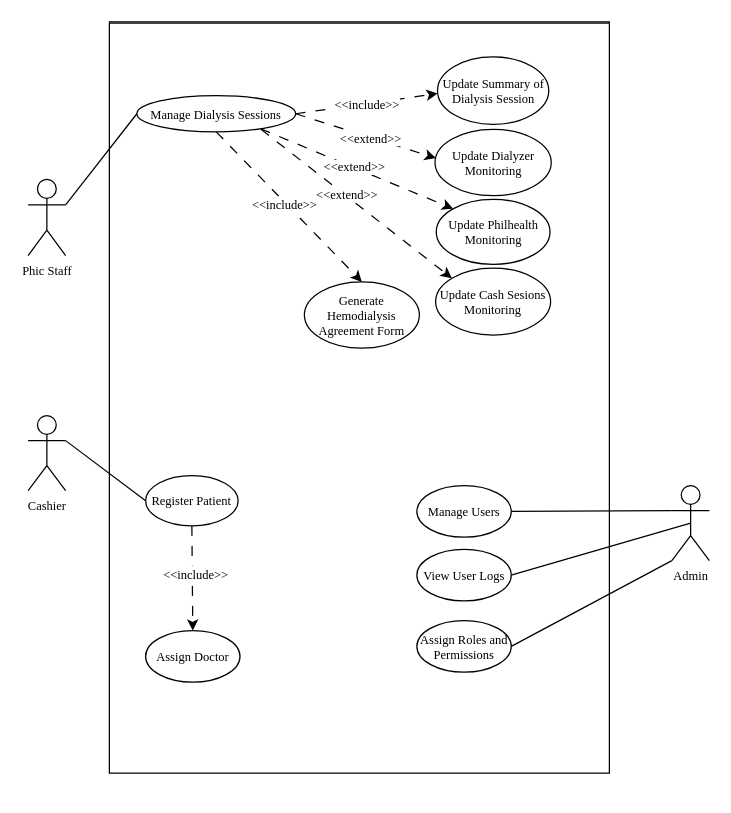
The draw.io diagram useCaseDiagram.drawio in ferry-domingo/diagramDialySave, before the edit. Source tidied: cells renumbered, new cells numbered last; positions are measured from the earlier drawing's top-left corner, leaving out a move shared by most shapes. Both pictures are drawn from the tidied source at 125%, with x=0, y=0 at pixel (28, 21).
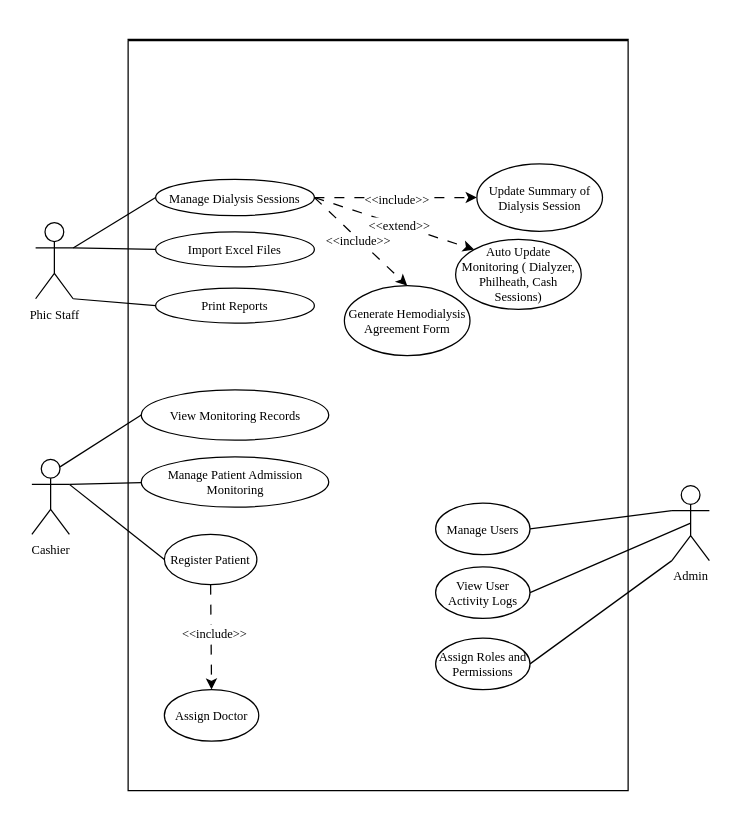
The same diagram, later.

What changed in the source:
```diff
@@
     <mxCell id="2" style="swimlane;startSize=1;" parent="1" vertex="1">
-      <mxGeometry x="65" width="400" height="601" as="geometry" />
+      <mxGeometry x="80" y="14" width="400" height="601" as="geometry" />
     </mxCell>
-    <mxCell id="3" style="rounded=0;jettySize=auto;html=1;exitX=0.78;exitY=0.917;exitDx=0;exitDy=0;entryX=0;entryY=0;entryDx=0;entryDy=0;dashed=1;dashPattern=8 8;fontFamily=Times New Roman;fontSize=10;exitPerimeter=0;" parent="2" edge="1" source="9" target="13">
-      <mxGeometry relative="1" as="geometry" />
-    </mxCell>
-    <mxCell id="4" value="&lt;font&gt;&amp;lt;&amp;lt;extend&amp;gt;&amp;gt;&lt;/font&gt;" style="edgeLabel;html=1;align=center;verticalAlign=middle;fontFamily=Times New Roman;fontSize=10;" parent="3" vertex="1">
-      <mxGeometry x="0.17" y="-1" relative="1" as="geometry">
-        <mxPoint x="-16" y="-9" as="offset" />
-      </mxGeometry>
-    </mxCell>
-    <mxCell id="5" style="rounded=0;jettySize=auto;html=1;exitX=1;exitY=0.5;exitDx=0;exitDy=0;entryX=0.001;entryY=0.544;entryDx=0;entryDy=0;dashed=1;dashPattern=8 8;fontFamily=Times New Roman;fontSize=10;entryPerimeter=0;" parent="2" edge="1" source="9" target="16">
+    <mxCell id="5" style="rounded=0;jettySize=auto;html=1;exitX=1;exitY=0.5;exitDx=0;exitDy=0;entryX=0;entryY=0.5;entryDx=0;entryDy=0;dashed=1;dashPattern=8 8;fontFamily=Times New Roman;fontSize=10;" parent="2" edge="1" source="9" target="16">
       <mxGeometry relative="1" as="geometry" />
     </mxCell>
@@
-    <mxCell id="7" style="rounded=0;jettySize=auto;html=1;exitX=0.5;exitY=1;exitDx=0;exitDy=0;entryX=0.5;entryY=0;entryDx=0;entryDy=0;dashed=1;dashPattern=8 8;" parent="2" edge="1" source="9" target="23">
+    <mxCell id="7" style="rounded=0;jettySize=auto;html=1;exitX=1;exitY=0.5;exitDx=0;exitDy=0;entryX=0.5;entryY=0;entryDx=0;entryDy=0;dashed=1;dashPattern=8 8;" parent="2" edge="1" source="9" target="23">
       <mxGeometry relative="1" as="geometry" />
     </mxCell>
@@
     <mxCell id="9" value="Manage Dialysis Sessions" style="ellipse;whiteSpace=wrap;html=1;fontFamily=Times New Roman;fontSize=10;" parent="2" vertex="1">
-      <mxGeometry x="22" y="59" width="127" height="29" as="geometry" />
+      <mxGeometry x="22" y="112" width="127" height="29" as="geometry" />
     </mxCell>
@@
     <mxCell id="12" value="Register Patient" style="ellipse;whiteSpace=wrap;html=1;fontFamily=Times New Roman;fontSize=10;" parent="2" vertex="1">
-      <mxGeometry x="29" y="363" width="74" height="40.2" as="geometry" />
+      <mxGeometry x="29" y="396" width="74" height="40.2" as="geometry" />
     </mxCell>
-    <mxCell id="13" value="Update Philhealth Monitoring" style="ellipse;whiteSpace=wrap;html=1;fontFamily=Times New Roman;fontSize=10;" parent="2" vertex="1">
-      <mxGeometry x="261.5" y="142" width="91" height="52" as="geometry" />
-    </mxCell>
-    <mxCell id="14" style="rounded=0;jettySize=auto;html=1;exitX=0.782;exitY=0.931;exitDx=0;exitDy=0;entryX=0;entryY=0;entryDx=0;entryDy=0;dashed=1;dashPattern=8 8;exitPerimeter=0;fontFamily=Times New Roman;fontSize=10;" parent="2" edge="1" source="9" target="17">
-      <mxGeometry relative="1" as="geometry" />
-    </mxCell>
-    <mxCell id="15" value="&lt;font&gt;&amp;lt;&amp;lt;extend&amp;gt;&amp;gt;&lt;/font&gt;" style="edgeLabel;html=1;align=center;verticalAlign=middle;fontFamily=Times New Roman;fontSize=10;" parent="14" vertex="1">
-      <mxGeometry y="1" relative="1" as="geometry">
-        <mxPoint x="-9" y="-7" as="offset" />
-      </mxGeometry>
-    </mxCell>
-    <mxCell id="16" value="Update Summary of Dialysis Session" style="ellipse;whiteSpace=wrap;html=1;fontFamily=Times New Roman;fontSize=10;" parent="2" vertex="1">
-      <mxGeometry x="262.5" y="28" width="89" height="54" as="geometry" />
-    </mxCell>
-    <mxCell id="17" value="Update Cash Sesions Monitoring" style="ellipse;whiteSpace=wrap;html=1;fontFamily=Times New Roman;fontSize=10;" parent="2" vertex="1">
-      <mxGeometry x="261" y="197" width="92" height="53.5" as="geometry" />
-    </mxCell>
-    <mxCell id="18" value="Update Dialyzer Monitoring" style="ellipse;whiteSpace=wrap;html=1;fontFamily=Times New Roman;fontSize=10;" parent="2" vertex="1">
-      <mxGeometry x="260.5" y="86" width="93" height="53" as="geometry" />
+    <mxCell id="18" value="Auto Update Monitoring ( Dialyzer, Philheath, Cash Sessions)" style="ellipse;whiteSpace=wrap;html=1;fontFamily=Times New Roman;fontSize=10;" parent="2" vertex="1">
+      <mxGeometry x="262" y="160" width="100.5" height="56" as="geometry" />
     </mxCell>
-    <mxCell id="19" style="rounded=0;jettySize=auto;html=1;exitX=1;exitY=0.5;exitDx=0;exitDy=0;entryX=0.007;entryY=0.434;entryDx=0;entryDy=0;entryPerimeter=0;dashed=1;dashPattern=8 8;" parent="2" edge="1" source="9" target="18">
+    <mxCell id="19" style="rounded=0;jettySize=auto;html=1;exitX=1;exitY=0.5;exitDx=0;exitDy=0;entryX=0;entryY=0;entryDx=0;entryDy=0;dashed=1;dashPattern=8 8;" parent="2" edge="1" source="9" target="18">
       <mxGeometry relative="1" as="geometry" />
     </mxCell>
@@
     <mxCell id="22" value="Assign Doctor" style="ellipse;whiteSpace=wrap;html=1;fontFamily=Times New Roman;fontSize=10;" parent="2" vertex="1">
-      <mxGeometry x="29" y="487" width="75.5" height="41.2" as="geometry" />
+      <mxGeometry x="29" y="520.2" width="75.5" height="41.2" as="geometry" />
     </mxCell>
     <mxCell id="23" value="Generate Hemodialysis Agreement Form" style="ellipse;whiteSpace=wrap;html=1;fontFamily=Times New Roman;fontSize=10;" parent="2" vertex="1">
-      <mxGeometry x="156" y="208" width="92" height="53" as="geometry" />
+      <mxGeometry x="173" y="197" width="100.5" height="56" as="geometry" />
     </mxCell>
@@
-    <mxCell id="25" value="View User Logs" style="ellipse;whiteSpace=wrap;html=1;fontFamily=Times New Roman;fontSize=10;" parent="2" vertex="1">
+    <mxCell id="25" value="View User Activity Logs" style="ellipse;whiteSpace=wrap;html=1;fontFamily=Times New Roman;fontSize=10;" parent="2" vertex="1">
       <mxGeometry x="246" y="422" width="75.5" height="41.2" as="geometry" />
     </mxCell>
@@
+    <mxCell id="35" value="Import Excel Files" style="ellipse;whiteSpace=wrap;html=1;fontFamily=Times New Roman;fontSize=10;" parent="2" vertex="1">
+      <mxGeometry x="22" y="154" width="127" height="28" as="geometry" />
+    </mxCell>
+    <mxCell id="36" value="Print Reports" style="ellipse;whiteSpace=wrap;html=1;fontFamily=Times New Roman;fontSize=10;" parent="2" vertex="1">
+      <mxGeometry x="22" y="199" width="127" height="28" as="geometry" />
+    </mxCell>
+    <mxCell id="37" value="Manage Patient Admission Monitoring" style="ellipse;whiteSpace=wrap;html=1;fontFamily=Times New Roman;fontSize=10;" parent="2" vertex="1">
+      <mxGeometry x="10.5" y="334" width="150" height="40.2" as="geometry" />
+    </mxCell>
+    <mxCell id="38" value="View Monitoring Records" style="ellipse;whiteSpace=wrap;html=1;fontFamily=Times New Roman;fontSize=10;" parent="2" vertex="1">
+      <mxGeometry x="10.5" y="280.4" width="150" height="40.2" as="geometry" />
+    </mxCell>
+    <mxCell id="16" value="Update Summary of Dialysis Session" style="ellipse;whiteSpace=wrap;html=1;fontFamily=Times New Roman;fontSize=10;" parent="2" vertex="1">
+      <mxGeometry x="279" y="99.5" width="100.5" height="54" as="geometry" />
+    </mxCell>
@@
+    <mxCell id="39" style="rounded=0;jettySize=auto;html=1;exitX=1;exitY=0.3333333333333333;exitDx=0;exitDy=0;exitPerimeter=0;endArrow=none;endFill=0;" parent="1" edge="1" source="33" target="37">
+      <mxGeometry relative="1" as="geometry" />
+    </mxCell>
+    <mxCell id="40" style="rounded=0;jettySize=auto;html=1;exitX=0.75;exitY=0.1;exitDx=0;exitDy=0;exitPerimeter=0;entryX=0;entryY=0.5;entryDx=0;entryDy=0;endArrow=none;endFill=0;" parent="1" edge="1" source="33" target="38">
+      <mxGeometry relative="1" as="geometry" />
+    </mxCell>
     <mxCell id="33" value="Cashier" style="shape=umlActor;verticalLabelPosition=bottom;verticalAlign=top;html=1;outlineConnect=0;fontFamily=Times New Roman;fontSize=10;" parent="1" vertex="1">
-      <mxGeometry y="315" width="30" height="60" as="geometry" />
+      <mxGeometry x="3" y="350" width="30" height="60" as="geometry" />
     </mxCell>
+    <mxCell id="41" style="rounded=0;jettySize=auto;html=1;exitX=1;exitY=0.3333333333333333;exitDx=0;exitDy=0;exitPerimeter=0;entryX=0;entryY=0.5;entryDx=0;entryDy=0;endArrow=none;endFill=0;" parent="1" edge="1" source="34" target="35">
+      <mxGeometry relative="1" as="geometry" />
+    </mxCell>
+    <mxCell id="42" style="rounded=0;jettySize=auto;html=1;exitX=1;exitY=1;exitDx=0;exitDy=0;exitPerimeter=0;entryX=0;entryY=0.5;entryDx=0;entryDy=0;endArrow=none;endFill=0;" parent="1" edge="1" source="34" target="36">
+      <mxGeometry relative="1" as="geometry" />
+    </mxCell>
     <mxCell id="34" value="Phic Staff" style="shape=umlActor;verticalLabelPosition=bottom;verticalAlign=top;html=1;outlineConnect=0;fontFamily=Times New Roman;fontSize=10;" parent="1" vertex="1">
-      <mxGeometry y="126" width="30" height="61" as="geometry" />
+      <mxGeometry x="6" y="160.5" width="30" height="61" as="geometry" />
     </mxCell>
```
